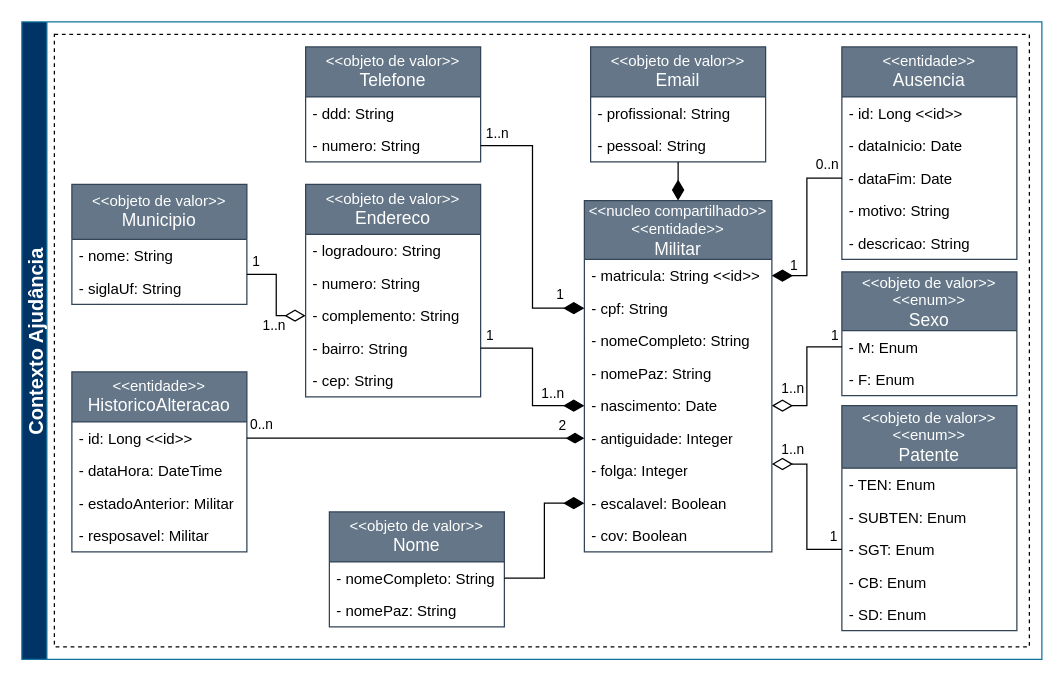
Above: docs/diagramas/drawio/DiagramaUMLAjudancia.drawio in joaoAaf/escalante-ddd (draw.io), before the change. Source tidied: cells renumbered, new cells numbered last; positions are measured from the earlier drawing's top-left corner, leaving out a move shared by most shapes. Both pictures are drawn from the tidied source at 125%, with x=0, y=0 at pixel (21, 21).
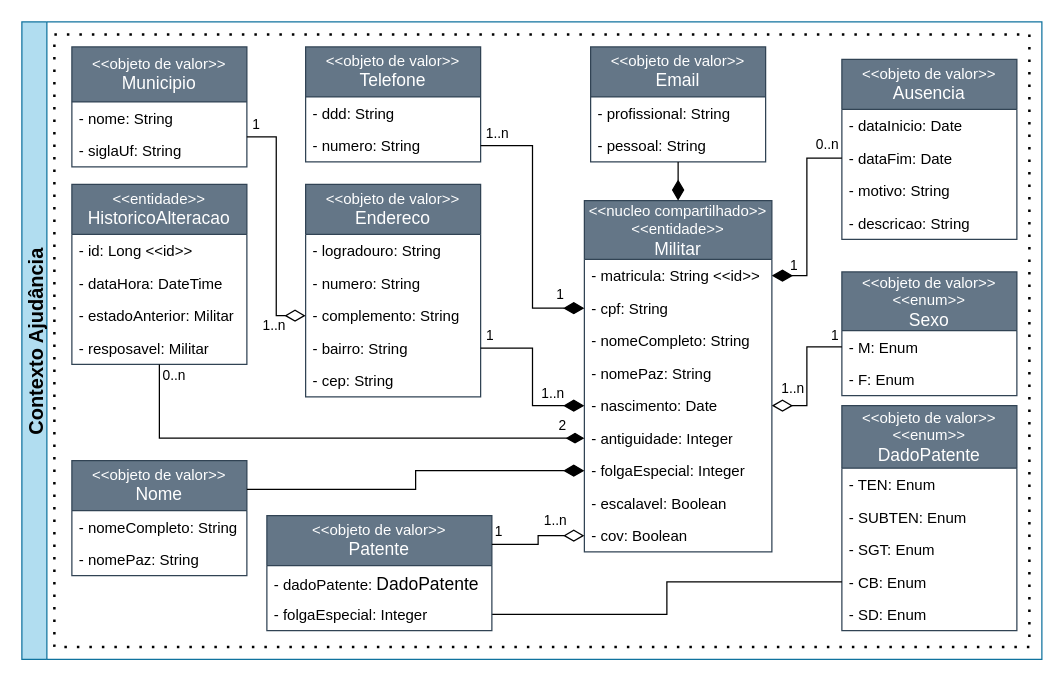
The same page after the edit.

Commit message (it also covers changes not shown here):
Refatorando objetos de valor e diagrama UML da ajudancia

The change refers to these unchanged cells:
```xml
<mxCell id="24" value="- antiguidade: Integer" style="text;strokeColor=none;fillColor=none;align=left;verticalAlign=top;spacingLeft=4;spacingRight=4;overflow=hidden;points=[[0,0.5],[1,0.5]];portConstraint=eastwest;whiteSpace=wrap;html=1;" parent="18" vertex="1">
  <mxGeometry y="177" width="150" height="26" as="geometry" />
</mxCell>
<mxCell id="26" value="- escalavel: Boolean" style="text;strokeColor=none;fillColor=none;align=left;verticalAlign=top;spacingLeft=4;spacingRight=4;overflow=hidden;points=[[0,0.5],[1,0.5]];portConstraint=eastwest;whiteSpace=wrap;html=1;" parent="18" vertex="1">
  <mxGeometry y="229" width="150" height="26" as="geometry" />
</mxCell>
<mxCell id="27" value="- cov: Boolean" style="text;strokeColor=none;fillColor=none;align=left;verticalAlign=top;spacingLeft=4;spacingRight=4;overflow=hidden;points=[[0,0.5],[1,0.5]];portConstraint=eastwest;whiteSpace=wrap;html=1;" parent="18" vertex="1">
  <mxGeometry y="255" width="150" height="26" as="geometry" />
</mxCell>
<mxCell id="44" value="- SGT: Enum" style="text;strokeColor=none;fillColor=none;align=left;verticalAlign=top;spacingLeft=4;spacingRight=4;overflow=hidden;points=[[0,0.5],[1,0.5]];portConstraint=eastwest;whiteSpace=wrap;html=1;" parent="41" vertex="1">
  <mxGeometry y="102" width="140" height="26" as="geometry" />
</mxCell>
<mxCell id="45" value="- CB: Enum" style="text;strokeColor=none;fillColor=none;align=left;verticalAlign=top;spacingLeft=4;spacingRight=4;overflow=hidden;points=[[0,0.5],[1,0.5]];portConstraint=eastwest;whiteSpace=wrap;html=1;" parent="41" vertex="1">
  <mxGeometry y="128" width="140" height="26" as="geometry" />
</mxCell>
<mxCell id="64" value="- id: Long &amp;lt;&amp;lt;id&amp;gt;&amp;gt;" style="text;strokeColor=none;fillColor=none;align=left;verticalAlign=top;spacingLeft=4;spacingRight=4;overflow=hidden;points=[[0,0.5],[1,0.5]];portConstraint=eastwest;whiteSpace=wrap;html=1;" parent="63" vertex="1">
  <mxGeometry y="40" width="140" height="26" as="geometry" />
</mxCell>
<mxCell id="72" value="- nomeCompleto: String" style="text;strokeColor=none;fillColor=none;align=left;verticalAlign=top;spacingLeft=4;spacingRight=4;overflow=hidden;points=[[0,0.5],[1,0.5]];portConstraint=eastwest;whiteSpace=wrap;html=1;" parent="71" vertex="1">
  <mxGeometry y="40" width="140" height="26" as="geometry" />
</mxCell>
```

Diff of the diagram source:
```diff
@@
-    <mxCell id="2" style="rounded=0;whiteSpace=wrap;html=1;dashed=1;" parent="1" vertex="1">
+    <mxCell id="2" style="rounded=0;whiteSpace=wrap;html=1;dashed=1;dashPattern=1 4;strokeWidth=2;fillColor=none;" parent="1" vertex="1">
       <mxGeometry x="26" y="10" width="780" height="490" as="geometry" />
     </mxCell>
-    <mxCell id="3" value="&amp;lt;&amp;lt;objeto de valor&amp;gt;&amp;gt;&lt;br&gt;&lt;font style=&quot;font-size: 14px;&quot;&gt;Telefone&lt;/font&gt;" style="swimlane;fontStyle=0;horizontal=1;startSize=40;fillColor=#647687;whiteSpace=wrap;html=1;fontColor=#ffffff;strokeColor=#314354;" parent="1" vertex="1">
+    <mxCell id="3" value="&amp;lt;&amp;lt;objeto de valor&amp;gt;&amp;gt;&lt;br&gt;&lt;font style=&quot;font-size: 14px;&quot;&gt;Telefone&lt;/font&gt;" style="swimlane;fontStyle=0;horizontal=1;startSize=40;fillColor=#647687;whiteSpace=wrap;html=1;fontColor=light-dark(#FFFFFF,#FFFFFF);strokeColor=#314354;" parent="1" vertex="1">
       <mxGeometry x="227" y="20" width="140" height="92" as="geometry" />
     </mxCell>
@@
-    <mxCell id="6" value="&lt;font style=&quot;font-size: 14px;&quot;&gt;&lt;div style=&quot;font-size: 12px;&quot;&gt;&amp;lt;&amp;lt;entidade&amp;gt;&amp;gt;&lt;/div&gt;Ausencia&lt;/font&gt;" style="swimlane;fontStyle=0;horizontal=1;startSize=40;fillColor=#647687;whiteSpace=wrap;html=1;fontColor=#ffffff;strokeColor=#314354;" parent="1" vertex="1">
-      <mxGeometry x="656" y="20" width="140" height="170" as="geometry" />
+    <mxCell id="6" value="&lt;font style=&quot;font-size: 14px;&quot;&gt;&lt;div style=&quot;font-size: 12px;&quot;&gt;&amp;lt;&amp;lt;objeto de valor&amp;gt;&amp;gt;&lt;/div&gt;Ausencia&lt;/font&gt;" style="swimlane;fontStyle=0;horizontal=1;startSize=40;fillColor=#647687;whiteSpace=wrap;html=1;fontColor=light-dark(#FFFFFF,#FFFFFF);strokeColor=#314354;" parent="1" vertex="1">
+      <mxGeometry x="656" y="30" width="140" height="144" as="geometry" />
     </mxCell>
-    <mxCell id="7" value="- id: Long &amp;lt;&amp;lt;id&amp;gt;&amp;gt;" style="text;strokeColor=none;fillColor=none;align=left;verticalAlign=top;spacingLeft=4;spacingRight=4;overflow=hidden;whiteSpace=wrap;html=1;" parent="6" vertex="1">
-      <mxGeometry y="40" width="140" height="26" as="geometry" />
-    </mxCell>
     <mxCell id="8" value="- dataInicio: Date" style="text;strokeColor=none;fillColor=none;align=left;verticalAlign=top;spacingLeft=4;spacingRight=4;overflow=hidden;whiteSpace=wrap;html=1;" parent="6" vertex="1">
-      <mxGeometry y="66" width="140" height="26" as="geometry" />
+      <mxGeometry y="40" width="140" height="26" as="geometry" />
     </mxCell>
     <mxCell id="9" value="- dataFim: Date" style="text;strokeColor=none;fillColor=none;align=left;verticalAlign=top;spacingLeft=4;spacingRight=4;overflow=hidden;points=[[0,0.5],[1,0.5]];portConstraint=eastwest;whiteSpace=wrap;html=1;" parent="6" vertex="1">
-      <mxGeometry y="92" width="140" height="26" as="geometry" />
+      <mxGeometry y="66" width="140" height="26" as="geometry" />
     </mxCell>
     <mxCell id="10" value="- motivo: String" style="text;strokeColor=none;fillColor=none;align=left;verticalAlign=top;spacingLeft=4;spacingRight=4;overflow=hidden;whiteSpace=wrap;html=1;" parent="6" vertex="1">
-      <mxGeometry y="118" width="140" height="26" as="geometry" />
+      <mxGeometry y="92" width="140" height="26" as="geometry" />
     </mxCell>
     <mxCell id="11" value="- descricao: String" style="text;strokeColor=none;fillColor=none;align=left;verticalAlign=top;spacingLeft=4;spacingRight=4;overflow=hidden;whiteSpace=wrap;html=1;" parent="6" vertex="1">
-      <mxGeometry y="144" width="140" height="26" as="geometry" />
+      <mxGeometry y="118" width="140" height="26" as="geometry" />
     </mxCell>
-    <mxCell id="12" value="&amp;lt;&amp;lt;objeto de valor&amp;gt;&amp;gt;&lt;br&gt;&lt;font style=&quot;font-size: 14px;&quot;&gt;Endereco&lt;/font&gt;" style="swimlane;fontStyle=0;horizontal=1;startSize=40;fillColor=#647687;whiteSpace=wrap;html=1;fontColor=#ffffff;strokeColor=#314354;" parent="1" vertex="1">
+    <mxCell id="12" value="&amp;lt;&amp;lt;objeto de valor&amp;gt;&amp;gt;&lt;br&gt;&lt;font style=&quot;font-size: 14px;&quot;&gt;Endereco&lt;/font&gt;" style="swimlane;fontStyle=0;horizontal=1;startSize=40;fillColor=#647687;whiteSpace=wrap;html=1;fontColor=light-dark(#FFFFFF,#FFFFFF);strokeColor=#314354;" parent="1" vertex="1">
       <mxGeometry x="227" y="130" width="140" height="170" as="geometry" />
     </mxCell>
@@
-    <mxCell id="18" value="&lt;div&gt;&lt;div&gt;&lt;div&gt;&amp;lt;&amp;lt;nucleo compartilhado&amp;gt;&amp;gt;&lt;/div&gt;&lt;/div&gt;&lt;/div&gt;&lt;div&gt;&amp;lt;&amp;lt;entidade&amp;gt;&amp;gt;&lt;/div&gt;&lt;div&gt;&lt;font style=&quot;font-size: 14px;&quot;&gt;Militar&lt;/font&gt;&lt;/div&gt;" style="swimlane;fontStyle=0;horizontal=1;startSize=47;fillColor=#647687;whiteSpace=wrap;html=1;fontColor=#ffffff;strokeColor=#314354;" parent="1" vertex="1">
+    <mxCell id="18" value="&lt;div&gt;&lt;div&gt;&lt;div&gt;&amp;lt;&amp;lt;nucleo compartilhado&amp;gt;&amp;gt;&lt;/div&gt;&lt;/div&gt;&lt;/div&gt;&lt;div&gt;&amp;lt;&amp;lt;entidade&amp;gt;&amp;gt;&lt;/div&gt;&lt;div&gt;&lt;font style=&quot;font-size: 14px;&quot;&gt;Militar&lt;/font&gt;&lt;/div&gt;" style="swimlane;fontStyle=0;horizontal=1;startSize=47;fillColor=#647687;whiteSpace=wrap;html=1;fontColor=light-dark(#FFFFFF,#FFFFFF);strokeColor=#314354;" parent="1" vertex="1">
       <mxGeometry x="450" y="143" width="150" height="281" as="geometry" />
     </mxCell>
@@
-    <mxCell id="25" value="- folga: Integer" style="text;strokeColor=none;fillColor=none;align=left;verticalAlign=top;spacingLeft=4;spacingRight=4;overflow=hidden;points=[[0,0.5],[1,0.5]];portConstraint=eastwest;whiteSpace=wrap;html=1;" parent="18" vertex="1">
+    <mxCell id="25" value="- folgaEspecial: Integer" style="text;strokeColor=none;fillColor=none;align=left;verticalAlign=top;spacingLeft=4;spacingRight=4;overflow=hidden;points=[[0,0.5],[1,0.5]];portConstraint=eastwest;whiteSpace=wrap;html=1;" parent="18" vertex="1">
       <mxGeometry y="203" width="150" height="26" as="geometry" />
     </mxCell>
@@
-    <mxCell id="34" value="&amp;lt;&amp;lt;objeto de valor&amp;gt;&amp;gt;&lt;br&gt;&lt;font style=&quot;font-size: 14px;&quot;&gt;Email&lt;/font&gt;" style="swimlane;fontStyle=0;horizontal=1;startSize=40;fillColor=#647687;whiteSpace=wrap;html=1;fontColor=#ffffff;strokeColor=#314354;" parent="1" vertex="1">
+    <mxCell id="34" value="&amp;lt;&amp;lt;objeto de valor&amp;gt;&amp;gt;&lt;br&gt;&lt;font style=&quot;font-size: 14px;&quot;&gt;Email&lt;/font&gt;" style="swimlane;fontStyle=0;horizontal=1;startSize=40;fillColor=#647687;whiteSpace=wrap;html=1;fontColor=light-dark(#FFFFFF,#FFFFFF);strokeColor=#314354;" parent="1" vertex="1">
       <mxGeometry x="455" y="20" width="140" height="92" as="geometry" />
     </mxCell>
@@
-    <mxCell id="41" value="&amp;lt;&amp;lt;objeto de valor&amp;gt;&amp;gt;&lt;br&gt;&amp;lt;&amp;lt;enum&amp;gt;&amp;gt;&lt;br&gt;&lt;font style=&quot;font-size: 14px;&quot;&gt;Patente&lt;/font&gt;" style="swimlane;fontStyle=0;horizontal=1;startSize=50;fillColor=#647687;whiteSpace=wrap;html=1;fontColor=#ffffff;strokeColor=#314354;" parent="1" vertex="1">
+    <mxCell id="41" value="&amp;lt;&amp;lt;objeto de valor&amp;gt;&amp;gt;&lt;br&gt;&amp;lt;&amp;lt;enum&amp;gt;&amp;gt;&lt;br&gt;&lt;font style=&quot;font-size: 14px;&quot;&gt;DadoPatente&lt;/font&gt;" style="swimlane;fontStyle=0;horizontal=1;startSize=50;fillColor=#647687;whiteSpace=wrap;html=1;fontColor=light-dark(#FFFFFF,#FFFFFF);strokeColor=#314354;" parent="1" vertex="1">
       <mxGeometry x="656" y="307" width="140" height="180" as="geometry" />
     </mxCell>
@@
-    <mxCell id="47" style="endArrow=none;html=1;endSize=12;startArrow=diamondThin;startSize=14;startFill=0;edgeStyle=orthogonalEdgeStyle;rounded=0;exitX=1;exitY=0.75;exitDx=0;exitDy=0;entryX=0;entryY=0.5;entryDx=0;entryDy=0;" parent="1" edge="1" source="18" target="44">
+    <mxCell id="47" style="endArrow=none;html=1;endSize=12;startArrow=none;startSize=14;startFill=0;edgeStyle=orthogonalEdgeStyle;rounded=0;exitX=1;exitY=0.5;exitDx=0;exitDy=0;entryX=0;entryY=0.5;entryDx=0;entryDy=0;" parent="1" edge="1" source="77" target="45">
       <mxGeometry relative="1" as="geometry" />
     </mxCell>
-    <mxCell id="48" value="1..n" style="edgeLabel;html=1;align=left;verticalAlign=top;" parent="47" vertex="1">
-      <mxGeometry x="-1" relative="1" as="geometry">
-        <mxPoint x="6" y="-25" as="offset" />
-      </mxGeometry>
-    </mxCell>
-    <mxCell id="49" value="1" style="edgeLabel;html=1;align=right;verticalAlign=top;" parent="47" vertex="1">
-      <mxGeometry x="1" relative="1" as="geometry">
-        <mxPoint x="-3" y="-23" as="offset" />
-      </mxGeometry>
-    </mxCell>
-    <mxCell id="50" value="&amp;lt;&amp;lt;objeto de valor&amp;gt;&amp;gt;&lt;br&gt;&lt;font style=&quot;font-size: 14px;&quot;&gt;Municipio&lt;/font&gt;" style="swimlane;fontStyle=0;horizontal=1;startSize=44;fillColor=#647687;whiteSpace=wrap;html=1;fontColor=#ffffff;strokeColor=#314354;" parent="1" vertex="1">
-      <mxGeometry x="40" y="130" width="140" height="96" as="geometry" />
+    <mxCell id="50" value="&amp;lt;&amp;lt;objeto de valor&amp;gt;&amp;gt;&lt;br&gt;&lt;font style=&quot;font-size: 14px;&quot;&gt;Municipio&lt;/font&gt;" style="swimlane;fontStyle=0;horizontal=1;startSize=44;fillColor=#647687;whiteSpace=wrap;html=1;fontColor=light-dark(#FFFFFF,#FFFFFF);strokeColor=#314354;" parent="1" vertex="1">
+      <mxGeometry x="40" y="20" width="140" height="96" as="geometry" />
     </mxCell>
@@
-    <mxCell id="56" value="&amp;lt;&amp;lt;objeto de valor&amp;gt;&amp;gt;&lt;br&gt;&amp;lt;&amp;lt;enum&amp;gt;&amp;gt;&lt;br&gt;&lt;font style=&quot;font-size: 14px;&quot;&gt;Sexo&lt;/font&gt;" style="swimlane;fontStyle=0;horizontal=1;startSize=47;fillColor=#647687;whiteSpace=wrap;html=1;fontColor=#ffffff;strokeColor=#314354;" parent="1" vertex="1">
+    <mxCell id="56" value="&amp;lt;&amp;lt;objeto de valor&amp;gt;&amp;gt;&lt;br&gt;&amp;lt;&amp;lt;enum&amp;gt;&amp;gt;&lt;br&gt;&lt;font style=&quot;font-size: 14px;&quot;&gt;Sexo&lt;/font&gt;" style="swimlane;fontStyle=0;horizontal=1;startSize=47;fillColor=#647687;whiteSpace=wrap;html=1;fontColor=light-dark(#FFFFFF,#FFFFFF);strokeColor=#314354;" parent="1" vertex="1">
       <mxGeometry x="656" y="200" width="140" height="99" as="geometry" />
     </mxCell>
@@
-    <mxCell id="62" value="Contexto Ajudância" style="swimlane;startSize=20;horizontal=0;horizontalTree=1;sortEdges=1;containerType=tree;fontSize=16;fillColor=#003366;strokeColor=#10739e;fontColor=#FFFFFF;" parent="1" vertex="1">
+    <mxCell id="62" value="Contexto Ajudância" style="swimlane;startSize=20;horizontal=0;horizontalTree=1;sortEdges=1;containerType=tree;fontSize=16;fillColor=light-dark(#B1DDF0,#003366);strokeColor=#10739e;" parent="1" vertex="1">
       <mxGeometry width="816" height="510" as="geometry" />
     </mxCell>
-    <mxCell id="63" value="&lt;font style=&quot;font-size: 14px;&quot;&gt;&lt;div style=&quot;font-size: 12px;&quot;&gt;&amp;lt;&amp;lt;entidade&amp;gt;&amp;gt;&lt;/div&gt;HistoricoAlteracao&lt;/font&gt;" style="swimlane;fontStyle=0;horizontal=1;startSize=40;fillColor=#647687;whiteSpace=wrap;html=1;fontColor=#ffffff;strokeColor=#314354;" parent="1" vertex="1">
-      <mxGeometry x="40" y="280" width="140" height="144" as="geometry" />
+    <mxCell id="63" value="&lt;font style=&quot;font-size: 14px;&quot;&gt;&lt;div style=&quot;font-size: 12px;&quot;&gt;&amp;lt;&amp;lt;entidade&amp;gt;&amp;gt;&lt;/div&gt;HistoricoAlteracao&lt;/font&gt;" style="swimlane;fontStyle=0;horizontal=1;startSize=40;fillColor=#647687;whiteSpace=wrap;html=1;fontColor=light-dark(#FFFFFF,#FFFFFF);strokeColor=#314354;" parent="1" vertex="1">
+      <mxGeometry x="40" y="130" width="140" height="144" as="geometry" />
     </mxCell>
@@
-    <mxCell id="68" style="endArrow=diamondThin;html=1;endSize=12;startArrow=none;startSize=14;startFill=0;edgeStyle=orthogonalEdgeStyle;rounded=0;exitX=1;exitY=0.5;exitDx=0;exitDy=0;entryX=0;entryY=0.5;entryDx=0;entryDy=0;endFill=1;" parent="1" edge="1" source="64" target="24">
+    <mxCell id="68" style="endArrow=diamondThin;html=1;endSize=12;startArrow=none;startSize=14;startFill=0;edgeStyle=orthogonalEdgeStyle;rounded=0;entryX=0;entryY=0.5;entryDx=0;entryDy=0;endFill=1;" parent="1" edge="1" source="63" target="24">
       <mxGeometry relative="1" as="geometry" />
     </mxCell>
     <mxCell id="69" value="0..n" style="edgeLabel;html=1;align=left;verticalAlign=top;" parent="68" vertex="1">
       <mxGeometry x="-1" relative="1" as="geometry">
-        <mxPoint x="1" y="-24" as="offset" />
+        <mxPoint x="1" y="-4" as="offset" />
       </mxGeometry>
     </mxCell>
@@
-    <mxCell id="71" value="&amp;lt;&amp;lt;objeto de valor&amp;gt;&amp;gt;&lt;br&gt;&lt;font style=&quot;font-size: 14px;&quot;&gt;Nome&lt;/font&gt;" style="swimlane;fontStyle=0;horizontal=1;startSize=40;fillColor=#647687;whiteSpace=wrap;html=1;fontColor=#ffffff;strokeColor=#314354;" parent="1" vertex="1">
-      <mxGeometry x="246" y="392" width="140" height="92" as="geometry" />
+    <mxCell id="71" value="&amp;lt;&amp;lt;objeto de valor&amp;gt;&amp;gt;&lt;br&gt;&lt;font style=&quot;font-size: 14px;&quot;&gt;Nome&lt;/font&gt;" style="swimlane;fontStyle=0;horizontal=1;startSize=40;fillColor=#647687;whiteSpace=wrap;html=1;fontColor=light-dark(#FFFFFF,#FFFFFF);strokeColor=#314354;" parent="1" vertex="1">
+      <mxGeometry x="40" y="351" width="140" height="92" as="geometry" />
     </mxCell>
@@
-    <mxCell id="74" style="endArrow=none;html=1;endSize=12;startArrow=diamondThin;startSize=14;startFill=1;edgeStyle=orthogonalEdgeStyle;rounded=0;exitX=0;exitY=0.5;exitDx=0;exitDy=0;entryX=1;entryY=0.5;entryDx=0;entryDy=0;" parent="1" edge="1" source="26" target="72">
+    <mxCell id="74" style="endArrow=none;html=1;endSize=12;startArrow=diamondThin;startSize=14;startFill=1;edgeStyle=orthogonalEdgeStyle;rounded=0;exitX=0;exitY=0.5;exitDx=0;exitDy=0;entryX=1;entryY=0.25;entryDx=0;entryDy=0;" parent="1" edge="1" source="25" target="71">
       <mxGeometry relative="1" as="geometry" />
     </mxCell>
+    <mxCell id="75" value="&amp;lt;&amp;lt;objeto de valor&amp;gt;&amp;gt;&lt;br&gt;&lt;font style=&quot;font-size: 14px;&quot;&gt;Patente&lt;/font&gt;" style="swimlane;fontStyle=0;horizontal=1;startSize=40;fillColor=#647687;whiteSpace=wrap;html=1;fontColor=light-dark(#FFFFFF,#FFFFFF);strokeColor=#314354;" parent="1" vertex="1">
+      <mxGeometry x="196" y="395" width="180" height="92" as="geometry" />
+    </mxCell>
+    <mxCell id="76" value="- dadoPatente: &lt;font style=&quot;font-size: 14px;&quot;&gt;DadoPatente&lt;/font&gt;" style="text;strokeColor=none;fillColor=none;align=left;verticalAlign=top;spacingLeft=4;spacingRight=4;overflow=hidden;whiteSpace=wrap;html=1;" parent="75" vertex="1">
+      <mxGeometry y="40" width="180" height="26" as="geometry" />
+    </mxCell>
+    <mxCell id="77" value="- folgaEspecial: Integer" style="text;strokeColor=none;fillColor=none;align=left;verticalAlign=top;spacingLeft=4;spacingRight=4;overflow=hidden;points=[[0,0.5],[1,0.5]];portConstraint=eastwest;whiteSpace=wrap;html=1;" parent="75" vertex="1">
+      <mxGeometry y="66" width="180" height="26" as="geometry" />
+    </mxCell>
+    <mxCell id="78" style="endArrow=none;html=1;endSize=12;startArrow=diamondThin;startSize=14;startFill=0;edgeStyle=orthogonalEdgeStyle;rounded=0;exitX=0;exitY=0.5;exitDx=0;exitDy=0;entryX=1;entryY=0.25;entryDx=0;entryDy=0;" parent="1" edge="1" source="27" target="75">
+      <mxGeometry relative="1" as="geometry" />
+    </mxCell>
+    <mxCell id="48" value="1..n" style="edgeLabel;html=1;align=left;verticalAlign=top;" parent="78" vertex="1">
+      <mxGeometry x="-1" relative="1" as="geometry">
+        <mxPoint x="-34" y="-25" as="offset" />
+      </mxGeometry>
+    </mxCell>
+    <mxCell id="49" value="1" style="edgeLabel;html=1;align=right;verticalAlign=top;" parent="78" vertex="1">
+      <mxGeometry x="1" relative="1" as="geometry">
+        <mxPoint x="9" y="-23" as="offset" />
+      </mxGeometry>
+    </mxCell>
```
